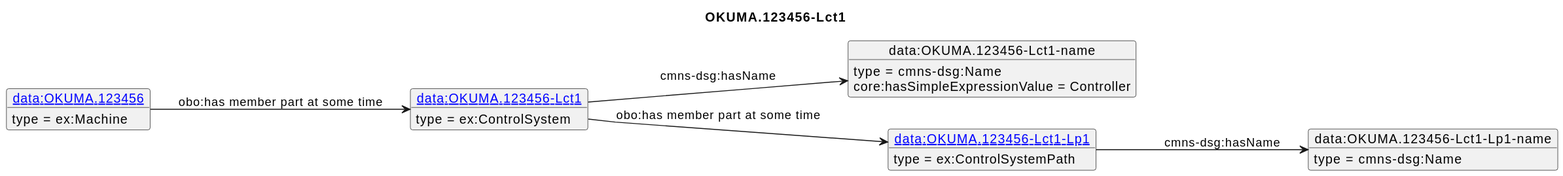
Above: diagrams/OKUMA.123456-Lct1.svg in iofoundry/example-syseng-mtconnect (PlantUML), before the change.
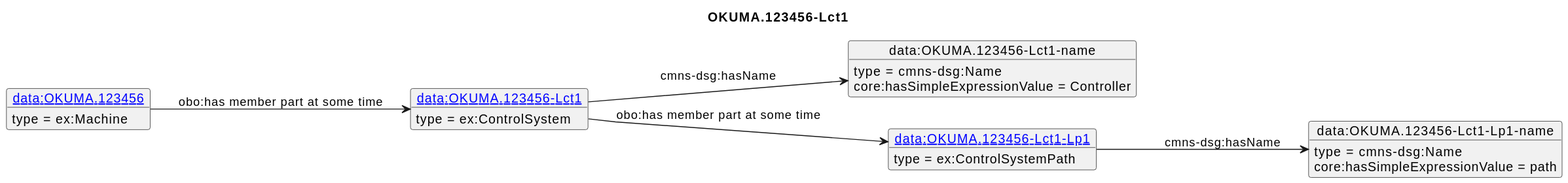
Later version of the same file.

The edit, as a diff of the source:
```diff
@@ -21,5 +21,6 @@
 o2 : core:hasSimpleExpressionValue = Controller
 o1 --> o3 : obo:has member part at some time
 o3 --> o4 : cmns-dsg:hasName
+o4 : core:hasSimpleExpressionValue = path
 o5 --> o1 : obo:has member part at some time
 @enduml
```
